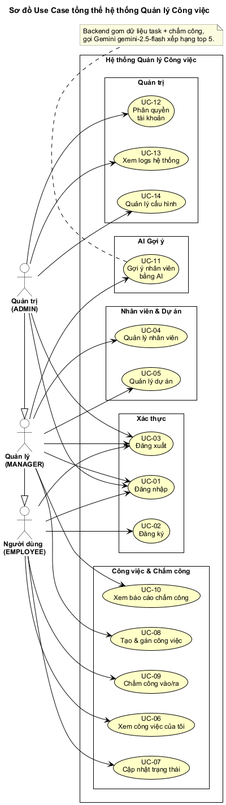
Earlier version of the PlantUML export docs/uml/png/use-case-tong-the.png (nhathao428/taskhub). Its source is kept beside it as docs/uml/src/use-case-tong-the.puml.
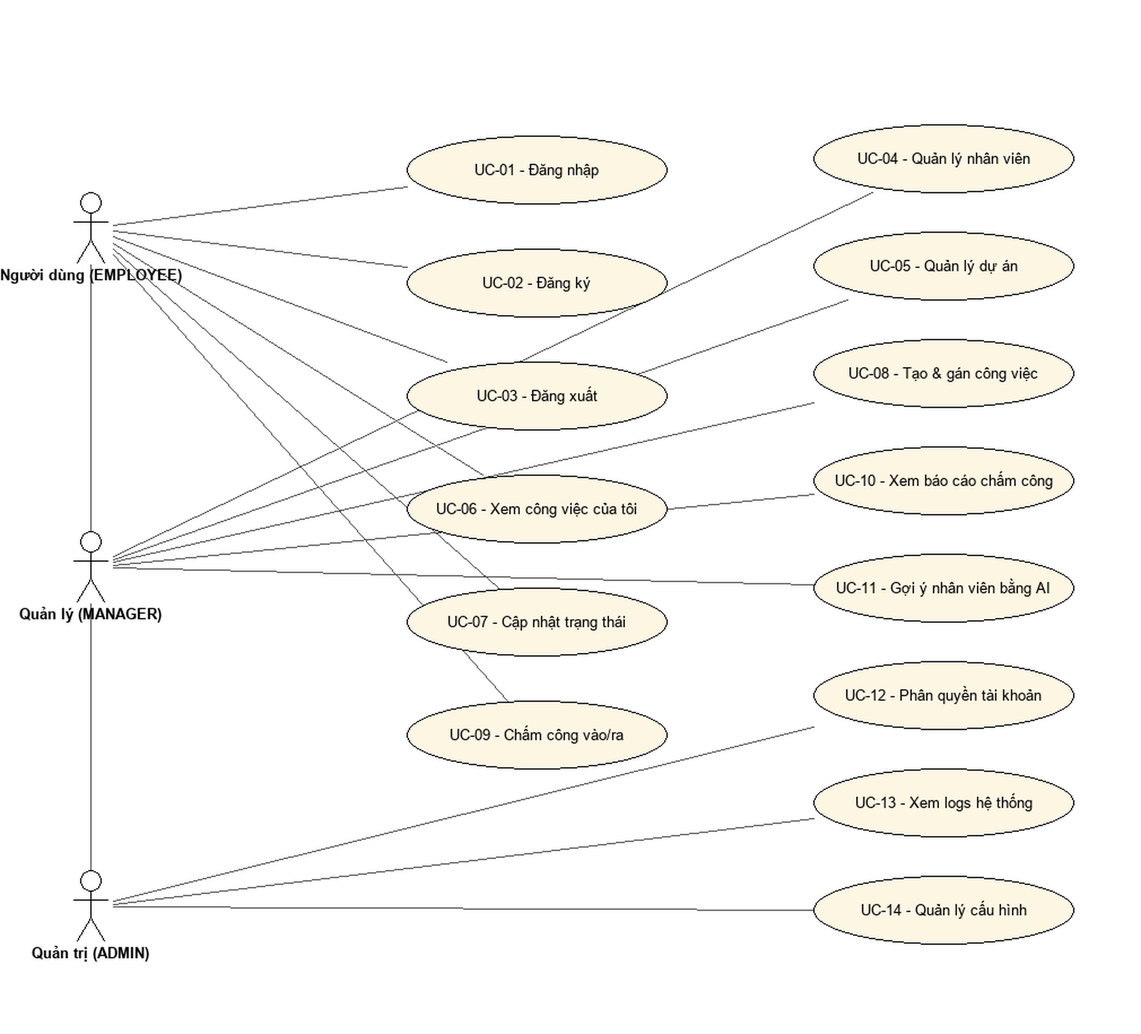
Later version of the same file.

The edit, as a diff of the source:
```diff
@@ -2,36 +2,33 @@
 !include _style.puml
 title Sơ đồ Use Case tổng thể hệ thống Quản lý Công việc
 
-left to right direction
+top to bottom direction
+skinparam dpi 300
 skinparam packageStyle rectangle
+skinparam nodesep 14
+skinparam ranksep 45
 
-actor "Người dùng\n(EMPLOYEE)" as User
-actor "Quản lý\n(MANAGER)" as Manager
-actor "Quản trị\n(ADMIN)" as Admin
+actor "Người dùng (EMPLOYEE)" as User
+actor "Quản lý (MANAGER)" as Manager
+actor "Quản trị (ADMIN)" as Admin
 
 rectangle "Hệ thống Quản lý Công việc" {
-  package "Xác thực" {
+  package "Nghiệp vụ Nhân viên" as P1 {
     usecase "UC-01\nĐăng nhập" as UC01
     usecase "UC-02\nĐăng ký" as UC02
     usecase "UC-03\nĐăng xuất" as UC03
+    usecase "UC-06\nXem công việc\ncủa tôi" as UC06
+    usecase "UC-07\nCập nhật\ntrạng thái" as UC07
+    usecase "UC-09\nChấm công\nvào/ra" as UC09
   }
-  package "Nhân viên & Dự án" {
+  package "Nghiệp vụ Quản lý & Quản trị" as P2 {
     usecase "UC-04\nQuản lý nhân viên" as UC04
     usecase "UC-05\nQuản lý dự án" as UC05
-  }
-  package "Công việc & Chấm công" {
-    usecase "UC-06\nXem công việc của tôi" as UC06
-    usecase "UC-07\nCập nhật trạng thái" as UC07
-    usecase "UC-08\nTạo & gán công việc" as UC08
-    usecase "UC-09\nChấm công vào/ra" as UC09
-    usecase "UC-10\nXem báo cáo chấm công" as UC10
-  }
-  package "AI Gợi ý" {
+    usecase "UC-08\nTạo & gán\ncông việc" as UC08
+    usecase "UC-10\nXem báo cáo\nchấm công" as UC10
     usecase "UC-11\nGợi ý nhân viên\nbằng AI" as UC11
-  }
-  package "Quản trị" {
     usecase "UC-12\nPhân quyền\ntài khoản" as UC12
-    usecase "UC-13\nXem logs hệ thống" as UC13
+    usecase "UC-13\nXem logs\nhệ thống" as UC13
     usecase "UC-14\nQuản lý cấu hình" as UC14
   }
 }
@@ -43,25 +40,21 @@
 User --> UC07
 User --> UC09
 
-Manager --> UC01
-Manager --> UC03
 Manager --> UC04
 Manager --> UC05
 Manager --> UC08
 Manager --> UC10
 Manager --> UC11
 
-Admin --> UC01
-Admin --> UC03
 Admin --> UC12
 Admin --> UC13
 Admin --> UC14
 
-Manager -|> User
-Admin -|> Manager
+User <|-- Manager
+Manager <|-- Admin
 
 note bottom of UC11
   Backend gom dữ liệu task + chấm công,
-  gọi Gemini gemini-2.5-flash xếp hạng top 5.
+  gọi Gemini (gemini-2.5-flash) xếp hạng top 5.
 end note
 @enduml
```
